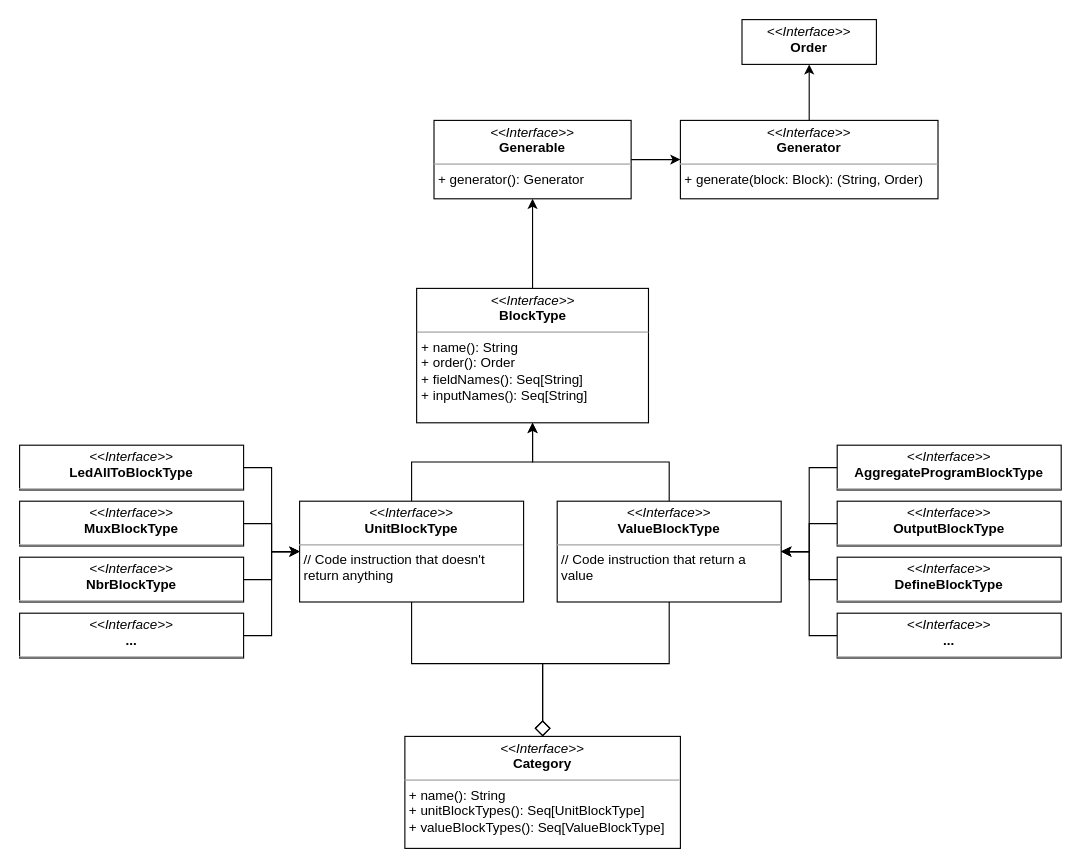
Before: page "Classes" (1 of 2) of blockly2scafi.drawio in cric96/ScaFi-Blocks, a draw.io diagram. Source tidied: cells renumbered, new cells numbered last; positions are measured from the earlier drawing's top-left corner, leaving out a move shared by most shapes. Both pictures are drawn from the tidied source at 112%, with x=0, y=0 at pixel (19, 19).
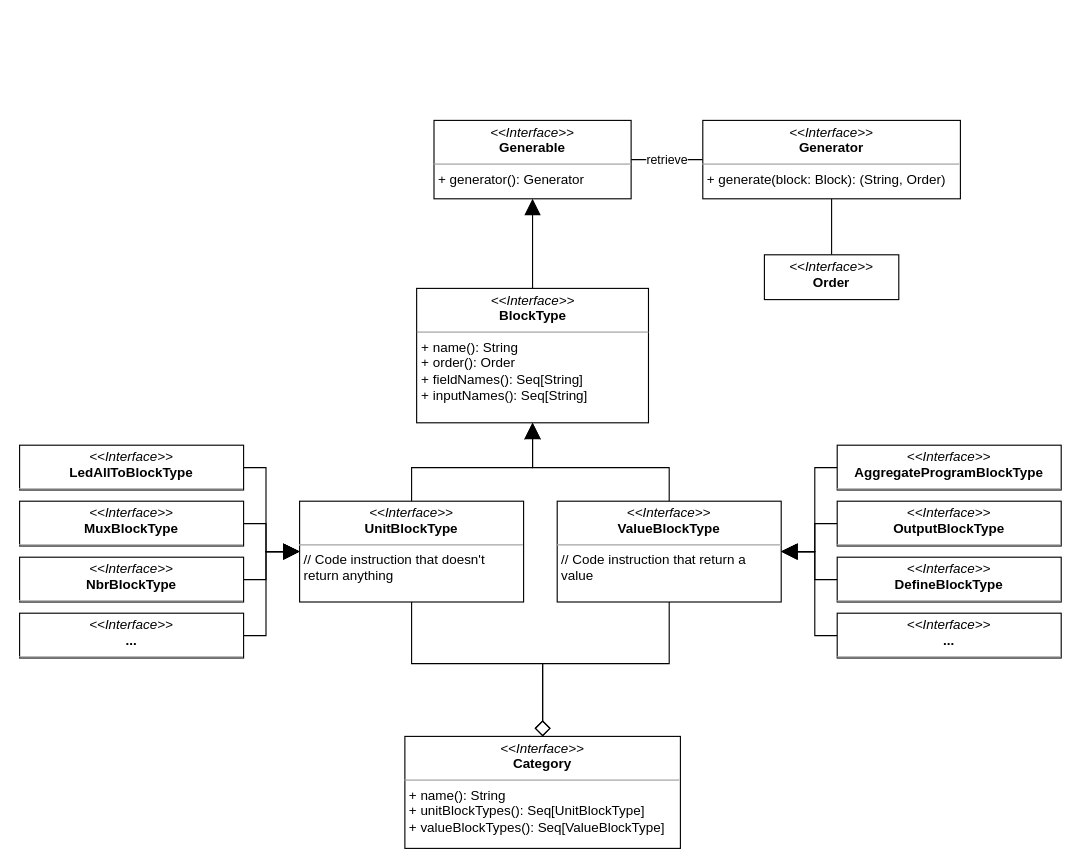
After the change.

Unchanged cells that the change refers to:
```xml
<mxCell id="3" value="&lt;p style=&quot;margin:0px;margin-top:4px;text-align:center;&quot;&gt;&lt;i&gt;&amp;lt;&amp;lt;Interface&amp;gt;&amp;gt;&lt;/i&gt;&lt;br&gt;&lt;b&gt;Generable&lt;/b&gt;&lt;/p&gt;&lt;hr size=&quot;1&quot;&gt;&lt;p style=&quot;margin:0px;margin-left:4px;&quot;&gt;+ generator(): Generator&lt;/p&gt;" style="verticalAlign=top;align=left;overflow=fill;fontSize=12;fontFamily=Helvetica;html=1;" parent="1" vertex="1">
  <mxGeometry x="370" y="90" width="176" height="70" as="geometry" />
</mxCell>
<mxCell id="8" value="&lt;p style=&quot;margin:0px;margin-top:4px;text-align:center;&quot;&gt;&lt;i&gt;&amp;lt;&amp;lt;Interface&amp;gt;&amp;gt;&lt;/i&gt;&lt;br&gt;&lt;b&gt;BlockType&lt;/b&gt;&lt;/p&gt;&lt;hr size=&quot;1&quot;&gt;&lt;p style=&quot;margin:0px;margin-left:4px;&quot;&gt;+ name(): String&lt;/p&gt;&lt;p style=&quot;margin:0px;margin-left:4px;&quot;&gt;+ order(): Order&lt;/p&gt;&lt;p style=&quot;margin:0px;margin-left:4px;&quot;&gt;+ fieldNames(): Seq[String]&lt;/p&gt;&lt;p style=&quot;margin:0px;margin-left:4px;&quot;&gt;+ inputNames(): Seq[String]&lt;/p&gt;&lt;p style=&quot;margin:0px;margin-left:4px;&quot;&gt;&lt;br&gt;&lt;/p&gt;" style="verticalAlign=top;align=left;overflow=fill;fontSize=12;fontFamily=Helvetica;html=1;" parent="1" vertex="1">
  <mxGeometry x="354.5" y="240" width="207" height="120" as="geometry" />
</mxCell>
<mxCell id="10" value="&lt;p style=&quot;margin:0px;margin-top:4px;text-align:center;&quot;&gt;&lt;i&gt;&amp;lt;&amp;lt;Interface&amp;gt;&amp;gt;&lt;/i&gt;&lt;br&gt;&lt;b&gt;UnitBlockType&lt;/b&gt;&lt;/p&gt;&lt;hr size=&quot;1&quot;&gt;&lt;p style=&quot;margin:0px;margin-left:4px;&quot;&gt;// Code instruction that doesn't&amp;nbsp;&lt;br&gt;return anything&lt;/p&gt;" style="verticalAlign=top;align=left;overflow=fill;fontSize=12;fontFamily=Helvetica;html=1;" parent="1" vertex="1">
  <mxGeometry x="250" y="430" width="200" height="90" as="geometry" />
</mxCell>
<mxCell id="12" value="&lt;p style=&quot;margin:0px;margin-top:4px;text-align:center;&quot;&gt;&lt;i&gt;&amp;lt;&amp;lt;Interface&amp;gt;&amp;gt;&lt;/i&gt;&lt;br&gt;&lt;b&gt;ValueBlockType&lt;/b&gt;&lt;/p&gt;&lt;hr size=&quot;1&quot;&gt;&lt;p style=&quot;margin:0px;margin-left:4px;&quot;&gt;// Code instruction that return a&amp;nbsp;&lt;br&gt;value&lt;/p&gt;" style="verticalAlign=top;align=left;overflow=fill;fontSize=12;fontFamily=Helvetica;html=1;" parent="1" vertex="1">
  <mxGeometry x="480" y="430" width="200" height="90" as="geometry" />
</mxCell>
<mxCell id="17" value="&lt;p style=&quot;margin:0px;margin-top:4px;text-align:center;&quot;&gt;&lt;i&gt;&amp;lt;&amp;lt;Interface&amp;gt;&amp;gt;&lt;/i&gt;&lt;br&gt;&lt;b&gt;AggregateProgramBlockType&lt;/b&gt;&lt;/p&gt;&lt;hr size=&quot;1&quot;&gt;&lt;p style=&quot;margin:0px;margin-left:4px;&quot;&gt;&lt;br&gt;&lt;/p&gt;" style="verticalAlign=top;align=left;overflow=fill;fontSize=12;fontFamily=Helvetica;html=1;" parent="1" vertex="1">
  <mxGeometry x="730" y="380" width="200" height="40" as="geometry" />
</mxCell>
<mxCell id="19" value="&lt;p style=&quot;margin:0px;margin-top:4px;text-align:center;&quot;&gt;&lt;i&gt;&amp;lt;&amp;lt;Interface&amp;gt;&amp;gt;&lt;/i&gt;&lt;br&gt;&lt;b&gt;OutputBlockType&lt;/b&gt;&lt;/p&gt;&lt;hr size=&quot;1&quot;&gt;&lt;p style=&quot;margin:0px;margin-left:4px;&quot;&gt;&lt;br&gt;&lt;/p&gt;" style="verticalAlign=top;align=left;overflow=fill;fontSize=12;fontFamily=Helvetica;html=1;" parent="1" vertex="1">
  <mxGeometry x="730" y="430" width="200" height="40" as="geometry" />
</mxCell>
<mxCell id="21" value="&lt;p style=&quot;margin:0px;margin-top:4px;text-align:center;&quot;&gt;&lt;i&gt;&amp;lt;&amp;lt;Interface&amp;gt;&amp;gt;&lt;/i&gt;&lt;br&gt;&lt;b&gt;DefineBlockType&lt;/b&gt;&lt;/p&gt;&lt;hr size=&quot;1&quot;&gt;&lt;p style=&quot;margin:0px;margin-left:4px;&quot;&gt;&lt;br&gt;&lt;/p&gt;" style="verticalAlign=top;align=left;overflow=fill;fontSize=12;fontFamily=Helvetica;html=1;" parent="1" vertex="1">
  <mxGeometry x="730" y="480" width="200" height="40" as="geometry" />
</mxCell>
<mxCell id="23" value="&lt;p style=&quot;margin:0px;margin-top:4px;text-align:center;&quot;&gt;&lt;i&gt;&amp;lt;&amp;lt;Interface&amp;gt;&amp;gt;&lt;/i&gt;&lt;br&gt;&lt;b&gt;...&lt;/b&gt;&lt;/p&gt;&lt;hr size=&quot;1&quot;&gt;&lt;p style=&quot;margin:0px;margin-left:4px;&quot;&gt;&lt;br&gt;&lt;/p&gt;" style="verticalAlign=top;align=left;overflow=fill;fontSize=12;fontFamily=Helvetica;html=1;" parent="1" vertex="1">
  <mxGeometry x="730" y="530" width="200" height="40" as="geometry" />
</mxCell>
<mxCell id="25" value="&lt;p style=&quot;margin:0px;margin-top:4px;text-align:center;&quot;&gt;&lt;i&gt;&amp;lt;&amp;lt;Interface&amp;gt;&amp;gt;&lt;/i&gt;&lt;br&gt;&lt;b&gt;LedAllToBlockType&lt;/b&gt;&lt;/p&gt;&lt;hr size=&quot;1&quot;&gt;&lt;p style=&quot;margin:0px;margin-left:4px;&quot;&gt;&lt;br&gt;&lt;/p&gt;" style="verticalAlign=top;align=left;overflow=fill;fontSize=12;fontFamily=Helvetica;html=1;" parent="1" vertex="1">
  <mxGeometry y="380" width="200" height="40" as="geometry" />
</mxCell>
<mxCell id="27" value="&lt;p style=&quot;margin:0px;margin-top:4px;text-align:center;&quot;&gt;&lt;i&gt;&amp;lt;&amp;lt;Interface&amp;gt;&amp;gt;&lt;/i&gt;&lt;br&gt;&lt;b&gt;MuxBlockType&lt;/b&gt;&lt;/p&gt;&lt;hr size=&quot;1&quot;&gt;&lt;p style=&quot;margin:0px;margin-left:4px;&quot;&gt;&lt;br&gt;&lt;/p&gt;" style="verticalAlign=top;align=left;overflow=fill;fontSize=12;fontFamily=Helvetica;html=1;" parent="1" vertex="1">
  <mxGeometry y="430" width="200" height="40" as="geometry" />
</mxCell>
<mxCell id="29" value="&lt;p style=&quot;margin:0px;margin-top:4px;text-align:center;&quot;&gt;&lt;i&gt;&amp;lt;&amp;lt;Interface&amp;gt;&amp;gt;&lt;/i&gt;&lt;br&gt;&lt;b&gt;NbrBlockType&lt;/b&gt;&lt;/p&gt;&lt;hr size=&quot;1&quot;&gt;&lt;p style=&quot;margin:0px;margin-left:4px;&quot;&gt;&lt;br&gt;&lt;/p&gt;" style="verticalAlign=top;align=left;overflow=fill;fontSize=12;fontFamily=Helvetica;html=1;" parent="1" vertex="1">
  <mxGeometry y="480" width="200" height="40" as="geometry" />
</mxCell>
<mxCell id="31" value="&lt;p style=&quot;margin:0px;margin-top:4px;text-align:center;&quot;&gt;&lt;i&gt;&amp;lt;&amp;lt;Interface&amp;gt;&amp;gt;&lt;/i&gt;&lt;br&gt;&lt;b&gt;...&lt;/b&gt;&lt;/p&gt;&lt;hr size=&quot;1&quot;&gt;&lt;p style=&quot;margin:0px;margin-left:4px;&quot;&gt;&lt;br&gt;&lt;/p&gt;" style="verticalAlign=top;align=left;overflow=fill;fontSize=12;fontFamily=Helvetica;html=1;" parent="1" vertex="1">
  <mxGeometry y="530" width="200" height="40" as="geometry" />
</mxCell>
```

The edit, as a diff of the source:
```diff
@@
-    <mxCell id="2" style="edgeStyle=orthogonalEdgeStyle;rounded=0;jettySize=auto;html=1;exitX=1;exitY=0.5;exitDx=0;exitDy=0;" parent="1" edge="1" source="3" target="5">
+    <mxCell id="2" value="retrieve" style="edgeStyle=orthogonalEdgeStyle;rounded=0;jettySize=auto;html=1;exitX=1;exitY=0.5;exitDx=0;exitDy=0;endArrow=none;endFill=0;" parent="1" edge="1" source="3" target="5">
       <mxGeometry relative="1" as="geometry" />
     </mxCell>
@@
-    <mxCell id="4" style="edgeStyle=orthogonalEdgeStyle;rounded=0;jettySize=auto;html=1;exitX=0.5;exitY=0;exitDx=0;exitDy=0;entryX=0.5;entryY=1;entryDx=0;entryDy=0;" parent="1" edge="1" source="5" target="6">
+    <mxCell id="4" style="edgeStyle=orthogonalEdgeStyle;rounded=0;jettySize=auto;html=1;exitX=0.5;exitY=1;exitDx=0;exitDy=0;entryX=0.5;entryY=0;entryDx=0;entryDy=0;startArrow=none;startFill=0;endArrow=none;endFill=0;startSize=12;endSize=12;" parent="1" edge="1" source="5" target="6">
       <mxGeometry relative="1" as="geometry" />
     </mxCell>
     <mxCell id="5" value="&lt;p style=&quot;margin:0px;margin-top:4px;text-align:center;&quot;&gt;&lt;i&gt;&amp;lt;&amp;lt;Interface&amp;gt;&amp;gt;&lt;/i&gt;&lt;br&gt;&lt;b&gt;Generator&lt;/b&gt;&lt;br&gt;&lt;/p&gt;&lt;hr size=&quot;1&quot;&gt;&lt;p style=&quot;margin:0px;margin-left:4px;&quot;&gt;+ generate(block: Block): (String, Order)&lt;br&gt;&lt;/p&gt;" style="verticalAlign=top;align=left;overflow=fill;fontSize=12;fontFamily=Helvetica;html=1;" parent="1" vertex="1">
-      <mxGeometry x="590" y="90" width="230" height="70" as="geometry" />
+      <mxGeometry x="610" y="90" width="230" height="70" as="geometry" />
     </mxCell>
     <mxCell id="6" value="&lt;p style=&quot;margin:0px;margin-top:4px;text-align:center;&quot;&gt;&lt;i&gt;&amp;lt;&amp;lt;Interface&amp;gt;&amp;gt;&lt;/i&gt;&lt;br&gt;&lt;b&gt;Order&lt;/b&gt;&lt;/p&gt;&lt;p style=&quot;margin:0px;margin-left:4px;&quot;&gt;&lt;br&gt;&lt;/p&gt;" style="verticalAlign=top;align=left;overflow=fill;fontSize=12;fontFamily=Helvetica;html=1;" parent="1" vertex="1">
-      <mxGeometry x="645" width="120" height="40" as="geometry" />
+      <mxGeometry x="665" y="210" width="120" height="40" as="geometry" />
     </mxCell>
-    <mxCell id="7" style="edgeStyle=orthogonalEdgeStyle;rounded=0;jettySize=auto;html=1;exitX=0.5;exitY=0;exitDx=0;exitDy=0;entryX=0.5;entryY=1;entryDx=0;entryDy=0;" parent="1" edge="1" source="8" target="3">
+    <mxCell id="7" style="edgeStyle=orthogonalEdgeStyle;rounded=0;jettySize=auto;html=1;exitX=0.5;exitY=0;exitDx=0;exitDy=0;entryX=0.5;entryY=1;entryDx=0;entryDy=0;endArrow=block;endFill=1;endSize=12;" parent="1" edge="1" source="8" target="3">
       <mxGeometry relative="1" as="geometry" />
     </mxCell>
@@
-    <mxCell id="9" style="edgeStyle=orthogonalEdgeStyle;rounded=0;jettySize=auto;html=1;exitX=0.5;exitY=0;exitDx=0;exitDy=0;entryX=0.5;entryY=1;entryDx=0;entryDy=0;" parent="1" edge="1" source="10" target="8">
+    <mxCell id="9" style="edgeStyle=orthogonalEdgeStyle;rounded=0;jettySize=auto;html=1;exitX=0.5;exitY=0;exitDx=0;exitDy=0;entryX=0.5;entryY=1;entryDx=0;entryDy=0;endSize=12;" parent="1" edge="1" source="10" target="8">
       <mxGeometry relative="1" as="geometry" />
     </mxCell>
@@
-    <mxCell id="11" style="edgeStyle=orthogonalEdgeStyle;rounded=0;jettySize=auto;html=1;exitX=0.5;exitY=0;exitDx=0;exitDy=0;entryX=0.5;entryY=1;entryDx=0;entryDy=0;" parent="1" edge="1" source="12" target="8">
+    <mxCell id="11" style="edgeStyle=orthogonalEdgeStyle;rounded=0;jettySize=auto;html=1;exitX=0.5;exitY=0;exitDx=0;exitDy=0;entryX=0.5;entryY=1;entryDx=0;entryDy=0;endArrow=block;endFill=1;endSize=12;" parent="1" edge="1" source="12" target="8">
       <mxGeometry relative="1" as="geometry" />
     </mxCell>
@@
-    <mxCell id="16" style="edgeStyle=orthogonalEdgeStyle;rounded=0;jettySize=auto;html=1;exitX=0;exitY=0.5;exitDx=0;exitDy=0;entryX=1;entryY=0.5;entryDx=0;entryDy=0;startArrow=none;startFill=0;endArrow=classic;endFill=1;startSize=12;endSize=6;" parent="1" edge="1" source="17" target="12">
+    <mxCell id="16" style="edgeStyle=orthogonalEdgeStyle;rounded=0;jettySize=auto;html=1;exitX=0;exitY=0.5;exitDx=0;exitDy=0;entryX=1;entryY=0.5;entryDx=0;entryDy=0;startArrow=none;startFill=0;endArrow=block;endFill=1;startSize=12;endSize=12;" parent="1" edge="1" source="17" target="12">
       <mxGeometry relative="1" as="geometry" />
     </mxCell>
@@
-    <mxCell id="18" style="edgeStyle=orthogonalEdgeStyle;rounded=0;jettySize=auto;html=1;exitX=0;exitY=0.5;exitDx=0;exitDy=0;entryX=1;entryY=0.5;entryDx=0;entryDy=0;startArrow=none;startFill=0;endArrow=classic;endFill=1;startSize=12;endSize=6;" parent="1" edge="1" source="19" target="12">
+    <mxCell id="18" style="edgeStyle=orthogonalEdgeStyle;rounded=0;jettySize=auto;html=1;exitX=0;exitY=0.5;exitDx=0;exitDy=0;entryX=1;entryY=0.5;entryDx=0;entryDy=0;startArrow=none;startFill=0;endArrow=block;endFill=1;startSize=12;endSize=12;" parent="1" edge="1" source="19" target="12">
       <mxGeometry relative="1" as="geometry" />
     </mxCell>
@@
-    <mxCell id="20" style="edgeStyle=orthogonalEdgeStyle;rounded=0;jettySize=auto;html=1;exitX=0;exitY=0.5;exitDx=0;exitDy=0;entryX=1;entryY=0.5;entryDx=0;entryDy=0;startArrow=none;startFill=0;endArrow=classic;endFill=1;startSize=12;endSize=6;" parent="1" edge="1" source="21" target="12">
+    <mxCell id="20" style="edgeStyle=orthogonalEdgeStyle;rounded=0;jettySize=auto;html=1;exitX=0;exitY=0.5;exitDx=0;exitDy=0;entryX=1;entryY=0.5;entryDx=0;entryDy=0;startArrow=none;startFill=0;endArrow=block;endFill=1;startSize=12;endSize=12;" parent="1" edge="1" source="21" target="12">
       <mxGeometry relative="1" as="geometry" />
     </mxCell>
@@
-    <mxCell id="22" style="edgeStyle=orthogonalEdgeStyle;rounded=0;jettySize=auto;html=1;exitX=0;exitY=0.5;exitDx=0;exitDy=0;entryX=1;entryY=0.5;entryDx=0;entryDy=0;startArrow=none;startFill=0;endArrow=classic;endFill=1;startSize=12;endSize=6;" parent="1" edge="1" source="23" target="12">
+    <mxCell id="22" style="edgeStyle=orthogonalEdgeStyle;rounded=0;jettySize=auto;html=1;exitX=0;exitY=0.5;exitDx=0;exitDy=0;entryX=1;entryY=0.5;entryDx=0;entryDy=0;startArrow=none;startFill=0;endArrow=block;endFill=1;startSize=12;endSize=12;" parent="1" edge="1" source="23" target="12">
       <mxGeometry relative="1" as="geometry" />
     </mxCell>
@@
-    <mxCell id="24" style="edgeStyle=orthogonalEdgeStyle;rounded=0;jettySize=auto;html=1;exitX=1;exitY=0.5;exitDx=0;exitDy=0;entryX=0;entryY=0.5;entryDx=0;entryDy=0;startArrow=none;startFill=0;endArrow=classic;endFill=1;startSize=12;endSize=6;" parent="1" edge="1" source="25" target="10">
+    <mxCell id="24" style="edgeStyle=orthogonalEdgeStyle;rounded=0;jettySize=auto;html=1;exitX=1;exitY=0.5;exitDx=0;exitDy=0;entryX=0;entryY=0.5;entryDx=0;entryDy=0;startArrow=none;startFill=0;endArrow=block;endFill=1;startSize=12;endSize=12;" parent="1" edge="1" source="25" target="10">
       <mxGeometry relative="1" as="geometry" />
     </mxCell>
@@
-    <mxCell id="26" style="edgeStyle=orthogonalEdgeStyle;rounded=0;jettySize=auto;html=1;exitX=1;exitY=0.5;exitDx=0;exitDy=0;entryX=0;entryY=0.5;entryDx=0;entryDy=0;startArrow=none;startFill=0;endArrow=classic;endFill=1;startSize=12;endSize=6;" parent="1" edge="1" source="27" target="10">
+    <mxCell id="26" style="edgeStyle=orthogonalEdgeStyle;rounded=0;jettySize=auto;html=1;exitX=1;exitY=0.5;exitDx=0;exitDy=0;entryX=0;entryY=0.5;entryDx=0;entryDy=0;startArrow=none;startFill=0;endArrow=block;endFill=1;startSize=12;endSize=12;" parent="1" edge="1" source="27" target="10">
       <mxGeometry relative="1" as="geometry" />
     </mxCell>
@@
-    <mxCell id="28" style="edgeStyle=orthogonalEdgeStyle;rounded=0;jettySize=auto;html=1;exitX=1;exitY=0.5;exitDx=0;exitDy=0;entryX=0;entryY=0.5;entryDx=0;entryDy=0;startArrow=none;startFill=0;endArrow=classic;endFill=1;startSize=12;endSize=6;" parent="1" edge="1" source="29" target="10">
+    <mxCell id="28" style="edgeStyle=orthogonalEdgeStyle;rounded=0;jettySize=auto;html=1;exitX=1;exitY=0.5;exitDx=0;exitDy=0;entryX=0;entryY=0.5;entryDx=0;entryDy=0;startArrow=none;startFill=0;endArrow=block;endFill=1;startSize=12;endSize=12;" parent="1" edge="1" source="29" target="10">
       <mxGeometry relative="1" as="geometry" />
     </mxCell>
@@
-    <mxCell id="30" style="edgeStyle=orthogonalEdgeStyle;rounded=0;jettySize=auto;html=1;exitX=1;exitY=0.5;exitDx=0;exitDy=0;entryX=0;entryY=0.5;entryDx=0;entryDy=0;startArrow=none;startFill=0;endArrow=classic;endFill=1;startSize=12;endSize=6;" parent="1" edge="1" source="31" target="10">
+    <mxCell id="30" style="edgeStyle=orthogonalEdgeStyle;rounded=0;jettySize=auto;html=1;exitX=1;exitY=0.5;exitDx=0;exitDy=0;entryX=0;entryY=0.5;entryDx=0;entryDy=0;startArrow=none;startFill=0;endArrow=block;endFill=1;startSize=12;endSize=12;" parent="1" edge="1" source="31" target="10">
       <mxGeometry relative="1" as="geometry" />
     </mxCell>
```
